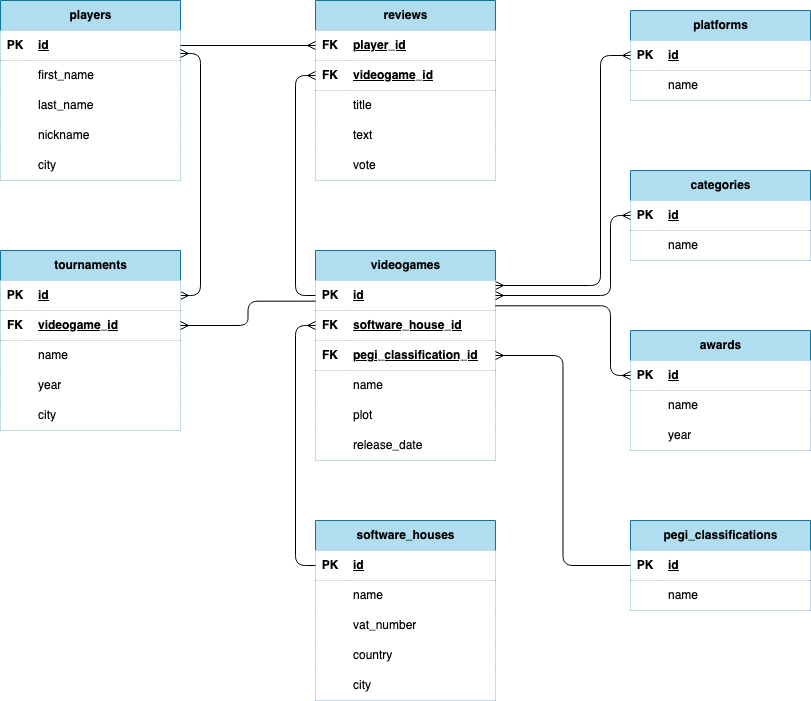
This is diagram.drawio.png from GianlucaGiardella/db-videogames, a draw.io export, as it was before one commit. Source tidied: cells renumbered, new cells last; positions are measured from the earlier drawing's top-left corner, leaving out a move shared by most shapes.
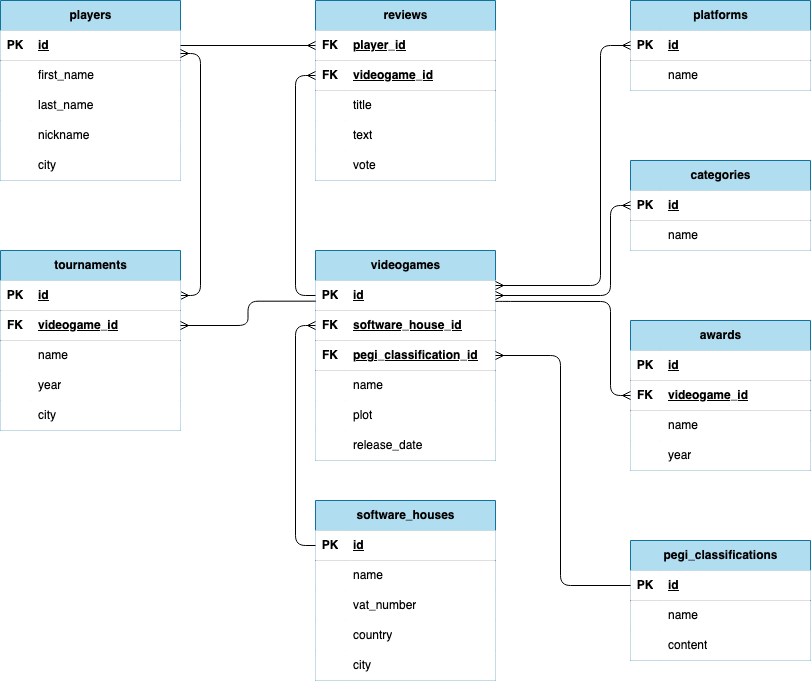
After the change.

What changed in the source:
```diff
@@ -1,4 +1,4 @@
-<mxGraphModel>
+<mxGraphModel background="#FFFFFF">
   <root>
     <mxCell id="0" />
     <mxCell id="1" parent="0" />
@@ -26,9 +26,9 @@
     <mxCell id="9" style="shape=tableRow;horizontal=0;startSize=0;swimlaneHead=0;swimlaneBody=0;points=[[0,0.5],[1,0.5]];portConstraint=eastwest;top=0;left=0;right=0;bottom=1;swimlaneLine=1;shadow=0;" parent="2" vertex="1">
       <mxGeometry y="90" width="180" height="30" as="geometry" />
     </mxCell>
-    <mxCell id="10" value="FK" style="shape=partialRectangle;top=0;left=0;bottom=0;right=0;fontStyle=1;overflow=hidden;whiteSpace=wrap;html=1;swimlaneLine=1;shadow=0;" parent="9" vertex="1">
-      <mxGeometry width="30" height="30" as="geometry" />
-    </mxCell>
+    <mxCell id="125" value="FK" style="shape=partialRectangle;top=0;left=0;bottom=0;right=0;fontStyle=1;overflow=hidden;whiteSpace=wrap;html=1;swimlaneLine=1;shadow=0;" parent="9" vertex="1">
+      <mxGeometry width="30" height="30" as="geometry" />
+    </mxCell>
     <mxCell id="11" value="pegi_classification_id" style="shape=partialRectangle;top=0;left=0;bottom=0;right=0;align=left;spacingLeft=6;fontStyle=5;overflow=hidden;whiteSpace=wrap;html=1;swimlaneLine=1;shadow=0;" parent="9" vertex="1">
       <mxGeometry x="30" width="150" height="30" as="geometry" />
     </mxCell>
@@ -60,7 +60,7 @@
       <mxGeometry x="30" width="150" height="30" as="geometry" />
     </mxCell>
     <mxCell id="21" value="software_houses" style="shape=table;startSize=30;rowLines=0;fontStyle=1;align=center;html=1;swimlaneLine=1;shadow=0;fillColor=#b1ddf0;strokeColor=#10739e;" parent="1" vertex="1">
-      <mxGeometry x="315" y="520" width="180" height="180" as="geometry" />
+      <mxGeometry x="315" y="500" width="180" height="180" as="geometry" />
     </mxCell>
     <mxCell id="22" style="shape=tableRow;horizontal=0;startSize=0;swimlaneHead=0;swimlaneBody=0;points=[[0,0.5],[1,0.5]];portConstraint=eastwest;top=0;left=0;right=0;bottom=1;swimlaneLine=1;shadow=0;" parent="21" vertex="1">
       <mxGeometry y="30" width="180" height="30" as="geometry" />
@@ -108,7 +108,7 @@
       <mxGeometry x="30" width="150" height="30" as="geometry" />
     </mxCell>
     <mxCell id="37" value="platforms" style="shape=table;startSize=30;rowLines=0;fontStyle=1;align=center;html=1;swimlaneLine=1;shadow=0;fillColor=#b1ddf0;strokeColor=#10739e;" parent="1" vertex="1">
-      <mxGeometry x="630" y="10" width="180" height="90" as="geometry" />
+      <mxGeometry x="630" width="180" height="90" as="geometry" />
     </mxCell>
     <mxCell id="38" style="shape=tableRow;horizontal=0;startSize=0;swimlaneHead=0;swimlaneBody=0;points=[[0,0.5],[1,0.5]];portConstraint=eastwest;top=0;left=0;right=0;bottom=1;swimlaneLine=1;shadow=0;" parent="37" vertex="1">
       <mxGeometry y="30" width="180" height="30" as="geometry" />
@@ -129,7 +129,7 @@
       <mxGeometry x="30" width="150" height="30" as="geometry" />
     </mxCell>
     <mxCell id="44" value="categories" style="shape=table;startSize=30;rowLines=0;fontStyle=1;align=center;html=1;swimlaneLine=1;shadow=0;fillColor=#b1ddf0;strokeColor=#10739e;" parent="1" vertex="1">
-      <mxGeometry x="630" y="170" width="180" height="90" as="geometry" />
+      <mxGeometry x="630" y="160" width="180" height="90" as="geometry" />
     </mxCell>
     <mxCell id="45" style="shape=tableRow;horizontal=0;startSize=0;swimlaneHead=0;swimlaneBody=0;points=[[0,0.5],[1,0.5]];portConstraint=eastwest;top=0;left=0;right=0;bottom=1;swimlaneLine=1;shadow=0;" parent="44" vertex="1">
       <mxGeometry y="30" width="180" height="30" as="geometry" />
@@ -150,7 +150,7 @@
       <mxGeometry x="30" width="150" height="30" as="geometry" />
     </mxCell>
     <mxCell id="51" value="pegi_classifications" style="shape=table;startSize=30;rowLines=0;fontStyle=1;align=center;html=1;swimlaneLine=1;shadow=0;fillColor=#b1ddf0;strokeColor=#10739e;" parent="1" vertex="1">
-      <mxGeometry x="630" y="520" width="180" height="90" as="geometry" />
+      <mxGeometry x="630" y="540" width="180" height="120" as="geometry" />
     </mxCell>
     <mxCell id="52" style="shape=tableRow;horizontal=0;startSize=0;swimlaneHead=0;swimlaneBody=0;points=[[0,0.5],[1,0.5]];portConstraint=eastwest;top=0;left=0;right=0;bottom=1;swimlaneLine=1;shadow=0;" parent="51" vertex="1">
       <mxGeometry y="30" width="180" height="30" as="geometry" />
@@ -170,6 +170,15 @@
     <mxCell id="57" value="name" style="shape=partialRectangle;top=0;left=0;bottom=0;right=0;align=left;spacingLeft=6;overflow=hidden;whiteSpace=wrap;html=1;swimlaneLine=1;shadow=0;" parent="55" vertex="1">
       <mxGeometry x="30" width="150" height="30" as="geometry" />
     </mxCell>
+    <mxCell id="126" style="shape=tableRow;horizontal=0;startSize=0;swimlaneHead=0;swimlaneBody=0;top=0;left=0;right=0;bottom=0;swimlaneLine=1;shadow=0;" parent="51" vertex="1">
+      <mxGeometry y="90" width="180" height="30" as="geometry" />
+    </mxCell>
+    <mxCell id="127" style="shape=partialRectangle;top=0;left=0;bottom=0;right=0;overflow=hidden;whiteSpace=wrap;html=1;swimlaneLine=1;shadow=0;" parent="126" vertex="1">
+      <mxGeometry width="30" height="30" as="geometry" />
+    </mxCell>
+    <mxCell id="128" value="content" style="shape=partialRectangle;top=0;left=0;bottom=0;right=0;align=left;spacingLeft=6;overflow=hidden;whiteSpace=wrap;html=1;swimlaneLine=1;shadow=0;" parent="126" vertex="1">
+      <mxGeometry x="30" width="150" height="30" as="geometry" />
+    </mxCell>
     <mxCell id="58" value="players" style="shape=table;startSize=30;rowLines=0;fontStyle=1;align=center;html=1;swimlaneLine=1;shadow=0;fillColor=#b1ddf0;strokeColor=#10739e;" parent="1" vertex="1">
       <mxGeometry width="180" height="180" as="geometry" />
     </mxCell>
@@ -326,7 +335,7 @@
       <mxGeometry relative="1" as="geometry" />
     </mxCell>
     <mxCell id="108" value="awards" style="shape=table;startSize=30;rowLines=0;fontStyle=1;align=center;html=1;swimlaneLine=1;shadow=0;fillColor=#b1ddf0;strokeColor=#10739e;" parent="1" vertex="1">
-      <mxGeometry x="630" y="330" width="180" height="120" as="geometry" />
+      <mxGeometry x="630" y="320" width="180" height="150" as="geometry" />
     </mxCell>
     <mxCell id="109" style="shape=tableRow;horizontal=0;startSize=0;swimlaneHead=0;swimlaneBody=0;points=[[0,0.5],[1,0.5]];portConstraint=eastwest;top=0;left=0;right=0;bottom=1;swimlaneLine=1;shadow=0;" parent="108" vertex="1">
       <mxGeometry y="30" width="180" height="30" as="geometry" />
@@ -337,8 +346,17 @@
     <mxCell id="111" value="id" style="shape=partialRectangle;top=0;left=0;bottom=0;right=0;align=left;spacingLeft=6;fontStyle=5;overflow=hidden;whiteSpace=wrap;html=1;swimlaneLine=1;shadow=0;" parent="109" vertex="1">
       <mxGeometry x="30" width="150" height="30" as="geometry" />
     </mxCell>
+    <mxCell id="129" style="shape=tableRow;horizontal=0;startSize=0;swimlaneHead=0;swimlaneBody=0;top=0;left=0;right=0;bottom=1;swimlaneLine=1;shadow=0;" parent="108" vertex="1">
+      <mxGeometry y="60" width="180" height="30" as="geometry" />
+    </mxCell>
+    <mxCell id="130" value="FK" style="shape=partialRectangle;top=0;left=0;bottom=0;right=0;fontStyle=1;overflow=hidden;whiteSpace=wrap;html=1;swimlaneLine=1;shadow=0;" parent="129" vertex="1">
+      <mxGeometry width="30" height="30" as="geometry" />
+    </mxCell>
+    <mxCell id="131" value="videogame_id" style="shape=partialRectangle;top=0;left=0;bottom=0;right=0;align=left;spacingLeft=6;fontStyle=5;overflow=hidden;whiteSpace=wrap;html=1;swimlaneLine=1;shadow=0;" parent="129" vertex="1">
+      <mxGeometry x="30" width="150" height="30" as="geometry" />
+    </mxCell>
     <mxCell id="112" style="shape=tableRow;horizontal=0;startSize=0;swimlaneHead=0;swimlaneBody=0;top=0;left=0;right=0;bottom=0;swimlaneLine=1;shadow=0;" parent="108" vertex="1">
-      <mxGeometry y="60" width="180" height="30" as="geometry" />
+      <mxGeometry y="90" width="180" height="30" as="geometry" />
     </mxCell>
     <mxCell id="113" style="shape=partialRectangle;top=0;left=0;bottom=0;right=0;overflow=hidden;whiteSpace=wrap;html=1;swimlaneLine=1;shadow=0;" parent="112" vertex="1">
       <mxGeometry width="30" height="30" as="geometry" />
@@ -347,7 +365,7 @@
       <mxGeometry x="30" width="150" height="30" as="geometry" />
     </mxCell>
     <mxCell id="115" style="shape=tableRow;horizontal=0;startSize=0;swimlaneHead=0;swimlaneBody=0;top=0;left=0;right=0;bottom=0;swimlaneLine=1;shadow=0;" parent="108" vertex="1">
-      <mxGeometry y="90" width="180" height="30" as="geometry" />
+      <mxGeometry y="120" width="180" height="30" as="geometry" />
     </mxCell>
     <mxCell id="116" style="shape=partialRectangle;top=0;left=0;bottom=0;right=0;overflow=hidden;whiteSpace=wrap;html=1;swimlaneLine=1;shadow=0;" parent="115" vertex="1">
       <mxGeometry width="30" height="30" as="geometry" />
@@ -355,11 +373,12 @@
     <mxCell id="117" value="year" style="shape=partialRectangle;top=0;left=0;bottom=0;right=0;align=left;spacingLeft=6;overflow=hidden;whiteSpace=wrap;html=1;swimlaneLine=1;shadow=0;" parent="115" vertex="1">
       <mxGeometry x="30" width="150" height="30" as="geometry" />
     </mxCell>
-    <mxCell id="118" style="edgeStyle=orthogonalEdgeStyle;rounded=1;jettySize=auto;html=1;exitX=0.998;exitY=0.844;exitDx=0;exitDy=0;entryX=0;entryY=0.5;entryDx=0;entryDy=0;endArrow=ERmany;endFill=0;swimlaneLine=1;shadow=0;exitPerimeter=0;" parent="1" edge="1" source="3" target="109">
+    <mxCell id="118" style="edgeStyle=orthogonalEdgeStyle;rounded=1;jettySize=auto;html=1;entryX=0;entryY=0.5;entryDx=0;entryDy=0;endArrow=ERmany;endFill=0;swimlaneLine=1;shadow=0;startArrow=none;startFill=0;exitX=1;exitY=0.697;exitDx=0;exitDy=0;exitPerimeter=0;" parent="1" edge="1" source="3" target="108">
       <mxGeometry relative="1" as="geometry">
         <Array as="points">
-          <mxPoint x="610" y="305" />
-          <mxPoint x="610" y="375" />
+          <mxPoint x="500" y="301" />
+          <mxPoint x="610" y="301" />
+          <mxPoint x="610" y="395" />
         </Array>
       </mxGeometry>
     </mxCell>
@@ -369,14 +388,14 @@
     <mxCell id="120" style="edgeStyle=orthogonalEdgeStyle;rounded=1;jettySize=auto;html=1;exitX=0;exitY=0.5;exitDx=0;exitDy=0;entryX=0;entryY=0.5;entryDx=0;entryDy=0;endArrow=ERmany;endFill=0;swimlaneLine=1;shadow=0;" parent="1" edge="1" source="3" target="95">
       <mxGeometry relative="1" as="geometry" />
     </mxCell>
-    <mxCell id="121" style="edgeStyle=orthogonalEdgeStyle;rounded=1;jettySize=auto;html=1;exitX=0;exitY=0.5;exitDx=0;exitDy=0;entryX=1;entryY=0.5;entryDx=0;entryDy=0;endArrow=ERmany;endFill=0;startArrow=none;startFill=0;swimlaneLine=1;shadow=0;" parent="1" edge="1" source="52" target="9">
+    <mxCell id="121" style="edgeStyle=orthogonalEdgeStyle;rounded=1;jettySize=auto;html=1;exitX=0;exitY=0.5;exitDx=0;exitDy=0;entryX=1;entryY=0.5;entryDx=0;entryDy=0;endArrow=ERmany;endFill=0;startArrow=ERmany;startFill=0;swimlaneLine=1;shadow=0;" parent="1" edge="1" source="52" target="x">
       <mxGeometry relative="1" as="geometry" />
     </mxCell>
     <mxCell id="122" style="edgeStyle=orthogonalEdgeStyle;rounded=1;jettySize=auto;html=1;exitX=1;exitY=0.167;exitDx=0;exitDy=0;entryX=0;entryY=0.5;entryDx=0;entryDy=0;exitPerimeter=0;endArrow=ERmany;endFill=0;swimlaneLine=1;shadow=0;startArrow=ERmany;startFill=0;" parent="1" edge="1" source="3" target="38">
       <mxGeometry relative="1" as="geometry">
         <Array as="points">
           <mxPoint x="600" y="285" />
-          <mxPoint x="600" y="55" />
+          <mxPoint x="600" y="45" />
         </Array>
       </mxGeometry>
     </mxCell>
@@ -384,12 +403,20 @@
       <mxGeometry relative="1" as="geometry">
         <Array as="points">
           <mxPoint x="610" y="295" />
-          <mxPoint x="610" y="215" />
+          <mxPoint x="610" y="205" />
         </Array>
       </mxGeometry>
     </mxCell>
     <mxCell id="124" style="edgeStyle=orthogonalEdgeStyle;rounded=1;jettySize=auto;html=1;exitX=0.002;exitY=0.689;exitDx=0;exitDy=0;entryX=1;entryY=0.5;entryDx=0;entryDy=0;endArrow=ERmany;endFill=0;exitPerimeter=0;" parent="1" edge="1" source="3" target="79">
       <mxGeometry relative="1" as="geometry" />
     </mxCell>
+    <mxCell id="132" style="edgeStyle=orthogonalEdgeStyle;rounded=1;jettySize=auto;html=1;entryX=1;entryY=0.5;entryDx=0;entryDy=0;endArrow=ERmany;endFill=0;startArrow=none;startFill=0;exitX=0;exitY=0.5;exitDx=0;exitDy=0;" parent="1" edge="1" source="52" target="9">
+      <mxGeometry relative="1" as="geometry">
+        <Array as="points">
+          <mxPoint x="560" y="585" />
+          <mxPoint x="560" y="355" />
+        </Array>
+      </mxGeometry>
+    </mxCell>
   </root>
 </mxGraphModel>
```
